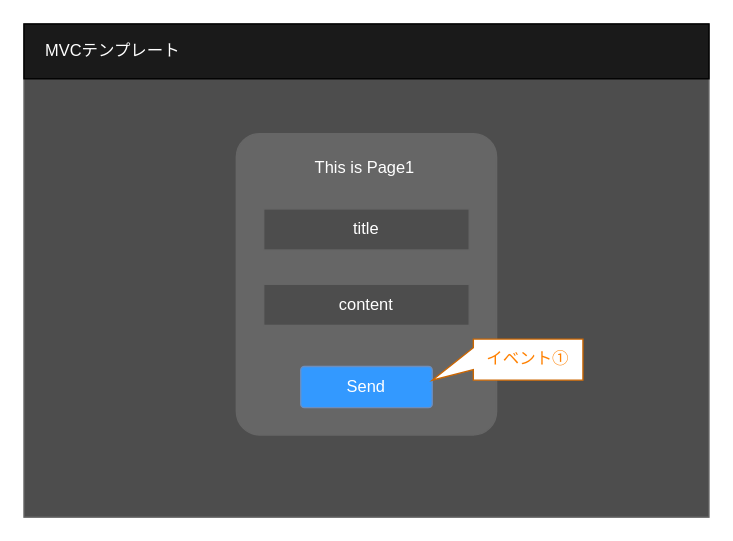
homan05872/MVC_customtkinter_destroyVer keeps this draw.io diagram as document/display/Page1.drawio. Above is the earlier version. Source tidied: cells renumbered, new cells numbered last; positions are measured from the earlier drawing's top-left corner, leaving out a move shared by most shapes. Both pictures are drawn from the tidied source at 137%, with x=0, y=0 at pixel (23, 23).
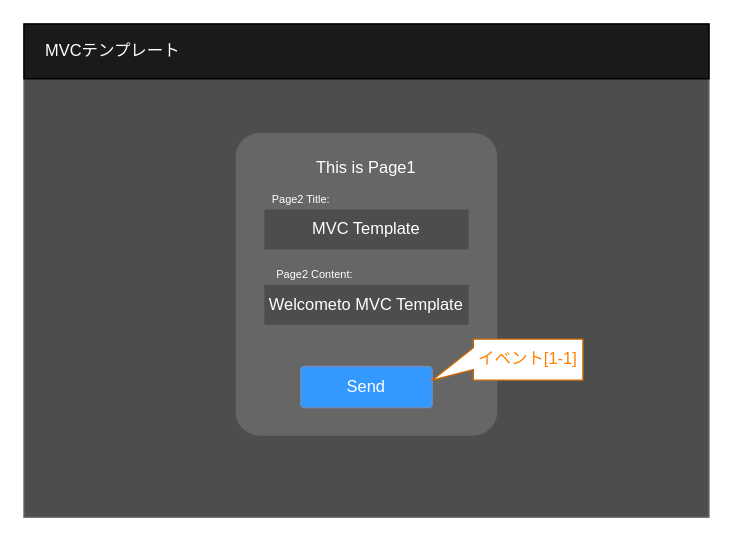
After the change.

The edit, as a diff of the source:
```diff
@@
 <mxGraphModel>
   <root>
     <mxCell id="0" />
     <mxCell id="1" parent="0" />
     <mxCell id="2" style="rounded=0;whiteSpace=wrap;html=1;fillColor=#4D4D4D;fontColor=#333333;strokeColor=#666666;" parent="1" vertex="1">
       <mxGeometry width="500" height="360" as="geometry" />
     </mxCell>
     <mxCell id="3" style="rounded=1;whiteSpace=wrap;html=1;fillColor=#666666;fontColor=#333333;strokeColor=#666666;arcSize=9;" parent="1" vertex="1">
       <mxGeometry x="155" y="80" width="190" height="220" as="geometry" />
     </mxCell>
     <mxCell id="4" style="rounded=0;whiteSpace=wrap;html=1;fillColor=#1A1A1A;" parent="1" vertex="1">
       <mxGeometry width="500" height="40" as="geometry" />
     </mxCell>
     <mxCell id="5" value="&lt;font color=&quot;#ffffff&quot;&gt;MVCテンプレート&lt;/font&gt;" style="text;html=1;strokeColor=none;fillColor=none;align=center;verticalAlign=middle;whiteSpace=wrap;rounded=0;" parent="1" vertex="1">
       <mxGeometry y="5" width="130" height="30" as="geometry" />
     </mxCell>
-    <mxCell id="6" value="&lt;font color=&quot;#ffffff&quot;&gt;title&lt;/font&gt;" style="rounded=0;whiteSpace=wrap;html=1;fillColor=#4D4D4D;fontColor=#333333;strokeColor=#666666;" parent="1" vertex="1">
+    <mxCell id="6" value="&lt;font color=&quot;#ffffff&quot;&gt;MVC Template&lt;/font&gt;" style="rounded=0;whiteSpace=wrap;html=1;fillColor=#4D4D4D;fontColor=#333333;strokeColor=#666666;" parent="1" vertex="1">
       <mxGeometry x="175" y="135" width="150" height="30" as="geometry" />
     </mxCell>
-    <mxCell id="7" value="&lt;font color=&quot;#ffffff&quot;&gt;This is Page1&lt;/font&gt;" style="text;html=1;strokeColor=none;fillColor=none;align=center;verticalAlign=middle;whiteSpace=wrap;rounded=0;" parent="1" vertex="1">
-      <mxGeometry x="184" y="90" width="130" height="30" as="geometry" />
+    <mxCell id="7" value="&lt;font color=&quot;#ffffff&quot; style=&quot;font-size: 8px;&quot;&gt;Page2 Title:&lt;/font&gt;" style="text;html=1;strokeColor=none;fillColor=none;align=center;verticalAlign=middle;whiteSpace=wrap;rounded=0;fontSize=9;" parent="1" vertex="1">
+      <mxGeometry x="175" y="120" width="55" height="15" as="geometry" />
     </mxCell>
-    <mxCell id="8" value="content" style="rounded=0;whiteSpace=wrap;html=1;fillColor=#4D4D4D;fontColor=#FFFFFF;strokeColor=#666666;" parent="1" vertex="1">
+    <mxCell id="8" value="Welcometo MVC Template" style="rounded=0;whiteSpace=wrap;html=1;fillColor=#4D4D4D;fontColor=#FFFFFF;strokeColor=#666666;" parent="1" vertex="1">
       <mxGeometry x="175" y="190" width="150" height="30" as="geometry" />
     </mxCell>
     <mxCell id="9" value="Send" style="rounded=1;whiteSpace=wrap;html=1;fillColor=#3399FF;strokeColor=#6c8ebf;arcSize=9;fontColor=#FFFFFF;" parent="1" vertex="1">
       <mxGeometry x="202" y="250" width="96" height="30" as="geometry" />
     </mxCell>
-    <mxCell id="10" value="イベント①" style="shape=callout;whiteSpace=wrap;html=1;perimeter=calloutPerimeter;direction=south;position2=1;base=16;size=30;position=0.21;fillColor=default;fontColor=#FF8000;strokeColor=#CC6600;" parent="1" vertex="1">
+    <mxCell id="10" value="イベント[1-1]" style="shape=callout;whiteSpace=wrap;html=1;perimeter=calloutPerimeter;direction=south;position2=1;base=16;size=30;position=0.21;fillColor=default;fontColor=#FF8000;strokeColor=#CC6600;" parent="1" vertex="1">
       <mxGeometry x="298" y="230" width="110" height="30" as="geometry" />
     </mxCell>
+    <mxCell id="11" value="&lt;font color=&quot;#ffffff&quot;&gt;This is Page1&lt;/font&gt;" style="text;html=1;strokeColor=none;fillColor=none;align=center;verticalAlign=middle;whiteSpace=wrap;rounded=0;" parent="1" vertex="1">
+      <mxGeometry x="185" y="90" width="130" height="30" as="geometry" />
+    </mxCell>
+    <mxCell id="12" value="&lt;font color=&quot;#ffffff&quot; style=&quot;font-size: 8px;&quot;&gt;Page2 Content:&lt;/font&gt;" style="text;html=1;strokeColor=none;fillColor=none;align=center;verticalAlign=middle;whiteSpace=wrap;rounded=0;fontSize=9;" parent="1" vertex="1">
+      <mxGeometry x="175" y="175" width="75" height="15" as="geometry" />
+    </mxCell>
   </root>
 </mxGraphModel>
```
